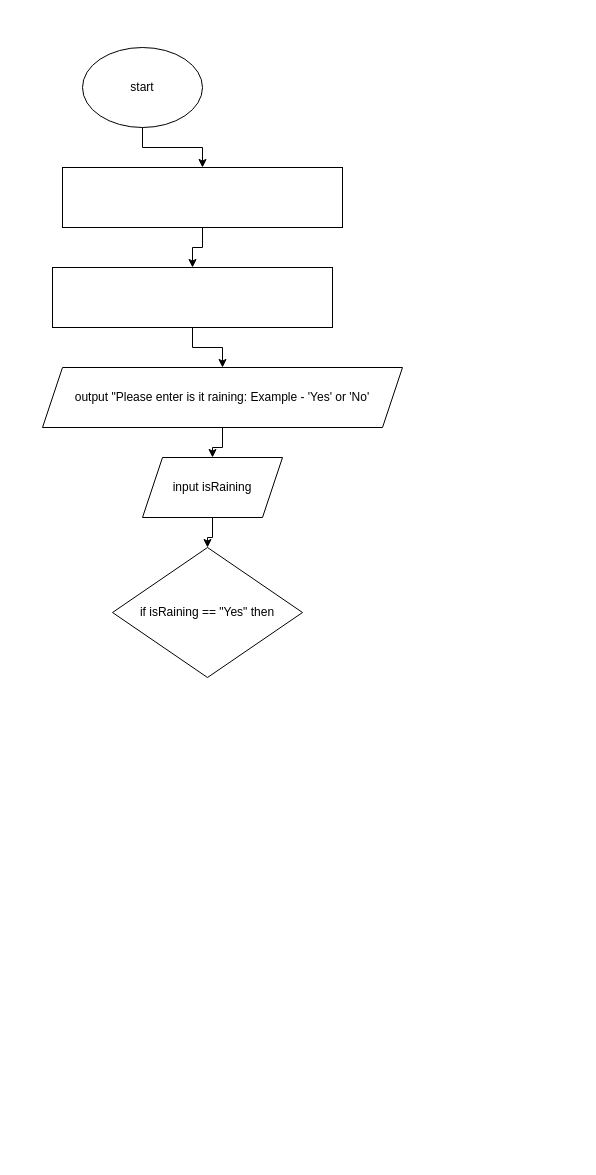
Earlier version of the draw.io diagram rainCoatFlowchart.drawio (mattmaurer/school). Source tidied: cells renumbered, new cells numbered last; positions are measured from the earlier drawing's top-left corner, leaving out a move shared by most shapes. Both pictures are drawn from the tidied source at 100%, with x=0, y=0 at pixel (42, 47).
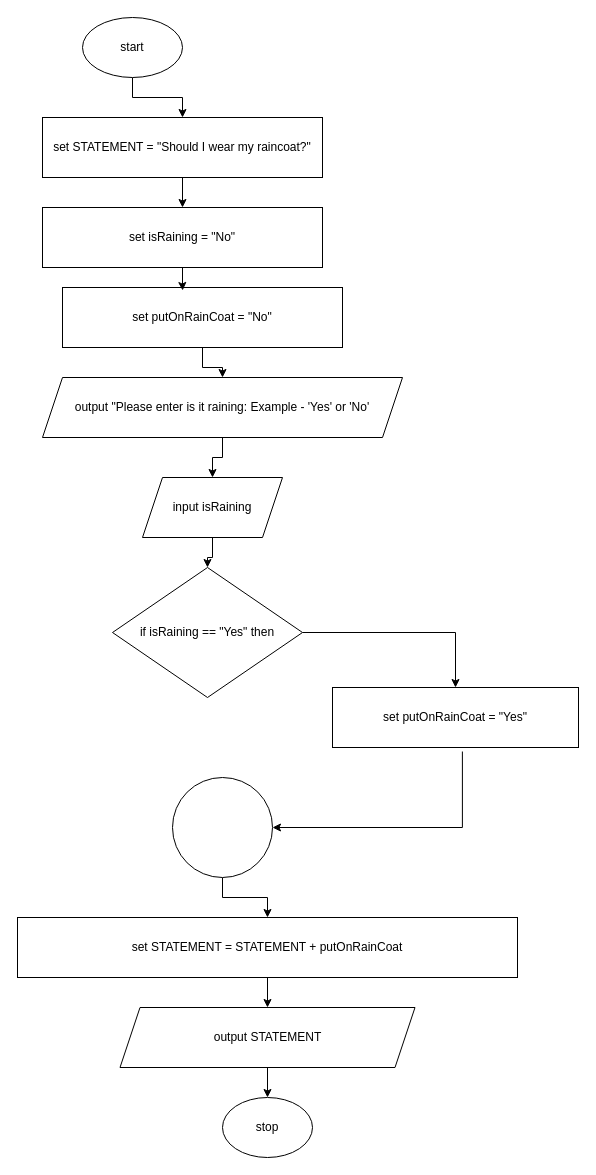
The same page after the edit.

The edit, as a diff of the source:
```diff
@@
     <mxCell id="3" value="start" style="ellipse;whiteSpace=wrap;html=1;" parent="1" vertex="1">
-      <mxGeometry x="40" width="120" height="80" as="geometry" />
+      <mxGeometry x="40" y="-30" width="100" height="60" as="geometry" />
     </mxCell>
@@
-    <mxCell id="5" style="rounded=0;whiteSpace=wrap;html=1;" parent="1" vertex="1">
-      <mxGeometry x="20" y="120" width="280" height="60" as="geometry" />
+    <mxCell id="5" value="set STATEMENT = &quot;Should I wear my raincoat?&quot;" style="rounded=0;whiteSpace=wrap;html=1;" parent="1" vertex="1">
+      <mxGeometry y="70" width="280" height="60" as="geometry" />
     </mxCell>
-    <mxCell id="6" style="edgeStyle=orthogonalEdgeStyle;rounded=0;jettySize=auto;html=1;" parent="1" edge="1" source="7" target="9">
-      <mxGeometry relative="1" as="geometry" />
-    </mxCell>
-    <mxCell id="7" style="rounded=0;whiteSpace=wrap;html=1;" parent="1" vertex="1">
-      <mxGeometry x="10" y="220" width="280" height="60" as="geometry" />
+    <mxCell id="7" value="set isRaining = &quot;No&quot;" style="rounded=0;whiteSpace=wrap;html=1;" parent="1" vertex="1">
+      <mxGeometry y="160" width="280" height="60" as="geometry" />
     </mxCell>
@@
     <mxCell id="9" value="output &quot;Please enter is it raining: Example - 'Yes' or 'No'" style="shape=parallelogram;perimeter=parallelogramPerimeter;whiteSpace=wrap;html=1;fixedSize=1;" parent="1" vertex="1">
-      <mxGeometry y="320" width="360" height="60" as="geometry" />
+      <mxGeometry y="330" width="360" height="60" as="geometry" />
     </mxCell>
@@
     <mxCell id="11" value="input isRaining" style="shape=parallelogram;perimeter=parallelogramPerimeter;whiteSpace=wrap;html=1;fixedSize=1;" parent="1" vertex="1">
-      <mxGeometry x="100" y="410" width="140" height="60" as="geometry" />
+      <mxGeometry x="100" y="430" width="140" height="60" as="geometry" />
     </mxCell>
+    <mxCell id="13" style="edgeStyle=orthogonalEdgeStyle;rounded=0;jettySize=auto;html=1;exitX=1;exitY=0.5;exitDx=0;exitDy=0;entryX=0.5;entryY=0;entryDx=0;entryDy=0;" parent="1" edge="1" source="12" target="15">
+      <mxGeometry relative="1" as="geometry" />
+    </mxCell>
     <mxCell id="12" value="if isRaining == &quot;Yes&quot; then" style="rhombus;whiteSpace=wrap;html=1;" parent="1" vertex="1">
-      <mxGeometry x="70" y="500" width="190" height="130" as="geometry" />
+      <mxGeometry x="70" y="520" width="190" height="130" as="geometry" />
     </mxCell>
+    <mxCell id="14" style="edgeStyle=orthogonalEdgeStyle;rounded=0;jettySize=auto;html=1;entryX=1;entryY=0.5;entryDx=0;entryDy=0;exitX=0.528;exitY=1.067;exitDx=0;exitDy=0;exitPerimeter=0;" parent="1" edge="1" source="15" target="17">
+      <mxGeometry relative="1" as="geometry">
+        <Array as="points">
+          <mxPoint x="420" y="780" />
+        </Array>
+      </mxGeometry>
+    </mxCell>
+    <mxCell id="15" value="set putOnRainCoat = &quot;Yes&quot;" style="rounded=0;whiteSpace=wrap;html=1;" parent="1" vertex="1">
+      <mxGeometry x="290" y="640" width="246" height="60" as="geometry" />
+    </mxCell>
+    <mxCell id="16" style="edgeStyle=orthogonalEdgeStyle;rounded=0;jettySize=auto;html=1;" parent="1" edge="1" source="17" target="19">
+      <mxGeometry relative="1" as="geometry" />
+    </mxCell>
+    <mxCell id="17" style="ellipse;whiteSpace=wrap;html=1;" parent="1" vertex="1">
+      <mxGeometry x="130" y="730" width="100" height="100" as="geometry" />
+    </mxCell>
+    <mxCell id="18" style="edgeStyle=orthogonalEdgeStyle;rounded=0;jettySize=auto;html=1;" parent="1" edge="1" source="19" target="21">
+      <mxGeometry relative="1" as="geometry" />
+    </mxCell>
+    <mxCell id="19" value="set STATEMENT = STATEMENT + putOnRainCoat" style="rounded=0;whiteSpace=wrap;html=1;" parent="1" vertex="1">
+      <mxGeometry x="-25" y="870" width="500" height="60" as="geometry" />
+    </mxCell>
+    <mxCell id="20" style="edgeStyle=orthogonalEdgeStyle;rounded=0;jettySize=auto;html=1;" parent="1" edge="1" source="21" target="22">
+      <mxGeometry relative="1" as="geometry" />
+    </mxCell>
+    <mxCell id="21" value="output STATEMENT" style="shape=parallelogram;perimeter=parallelogramPerimeter;whiteSpace=wrap;html=1;fixedSize=1;" parent="1" vertex="1">
+      <mxGeometry x="77.5" y="960" width="295" height="60" as="geometry" />
+    </mxCell>
+    <mxCell id="22" value="stop" style="ellipse;whiteSpace=wrap;html=1;" parent="1" vertex="1">
+      <mxGeometry x="180" y="1050" width="90" height="60" as="geometry" />
+    </mxCell>
+    <mxCell id="23" style="edgeStyle=orthogonalEdgeStyle;rounded=0;jettySize=auto;html=1;" parent="1" edge="1" source="24" target="9">
+      <mxGeometry relative="1" as="geometry" />
+    </mxCell>
+    <mxCell id="24" value="set putOnRainCoat = &quot;No&quot;" style="rounded=0;whiteSpace=wrap;html=1;" parent="1" vertex="1">
+      <mxGeometry x="20" y="240" width="280" height="60" as="geometry" />
+    </mxCell>
+    <mxCell id="25" style="edgeStyle=orthogonalEdgeStyle;rounded=0;jettySize=auto;html=1;entryX=0.429;entryY=0.05;entryDx=0;entryDy=0;entryPerimeter=0;" parent="1" edge="1" source="7" target="24">
+      <mxGeometry relative="1" as="geometry" />
+    </mxCell>
```
